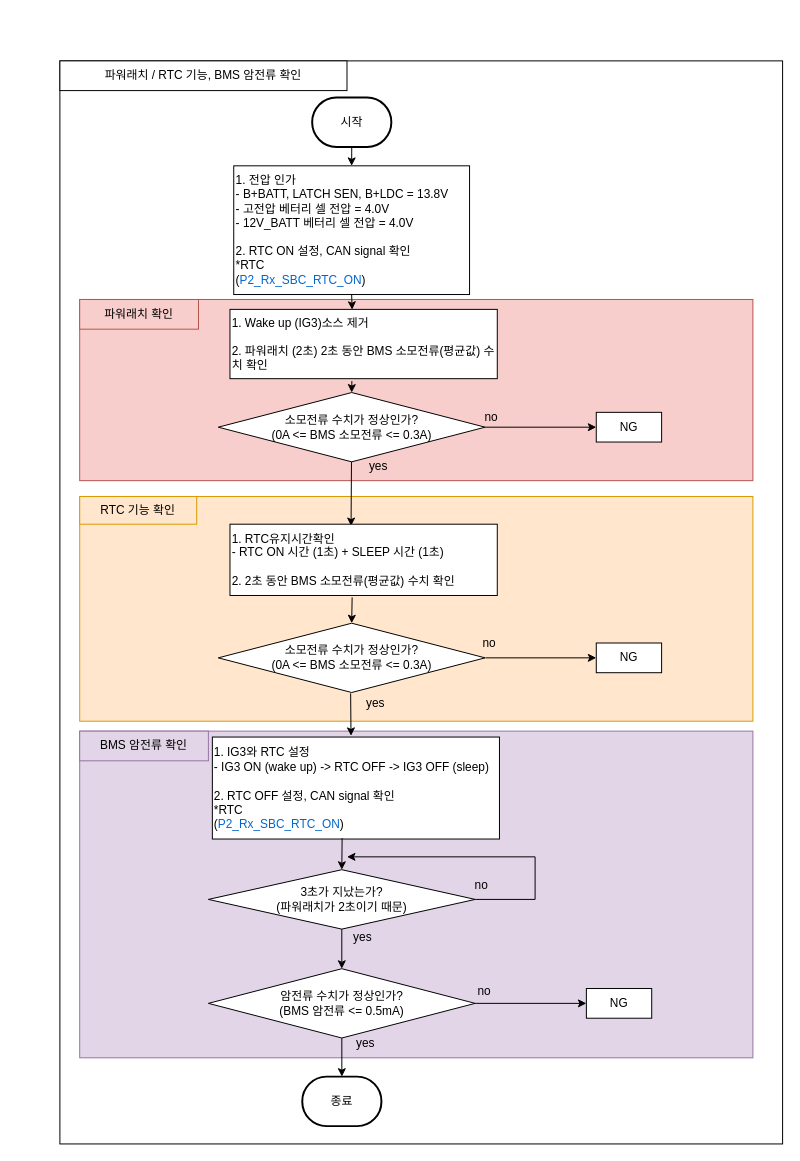
Above: 파워래치/rtc 기능 확인 bms 암전류 확인.drawio in chaeyoonl/state-transition-diagram-test (draw.io), before the change. Source tidied: cells renumbered, new cells numbered last; positions are measured from the earlier drawing's top-left corner, leaving out a move shared by most shapes. Both pictures are drawn from the tidied source at 99%, with x=0, y=0 at pixel (59, 60).
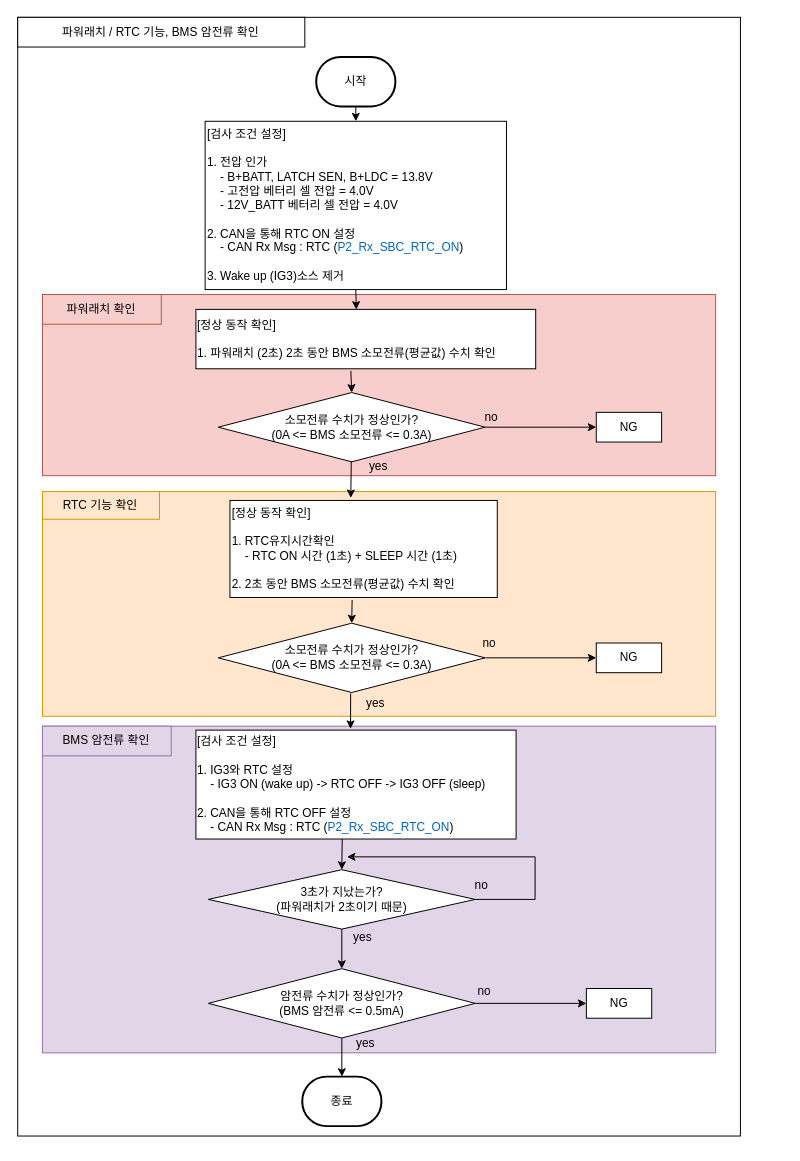
After the change.

Commit message:
rtc 기능 확인 bms 암전류 확인.drawio 업데이트

The change refers to these unchanged cells:
```xml
<mxCell id="19" value="소모전류 수치가 정상인가?&lt;br&gt;(0A &amp;lt;= BMS 소모전류 &amp;lt;= 0.3A)" style="rhombus;whiteSpace=wrap;html=1;" parent="1" vertex="1">
  <mxGeometry x="160" y="335" width="269.5" height="70" as="geometry" />
</mxCell>
<mxCell id="38" value="3초가 지났는가?&lt;br&gt;(파워래치가 2초이기 때문)" style="rhombus;whiteSpace=wrap;html=1;" parent="1" vertex="1">
  <mxGeometry x="150" y="817" width="269.5" height="60" as="geometry" />
</mxCell>
```

The edit, as a diff of the source:
```diff
@@
     <mxCell id="2" style="rounded=0;whiteSpace=wrap;html=1;" parent="1" vertex="1">
-      <mxGeometry x="51.8" y="104" width="608.2" height="600" as="geometry" />
+      <mxGeometry x="18.3" y="96" width="608.2" height="600" as="geometry" />
     </mxCell>
     <mxCell id="3" style="rounded=0;whiteSpace=wrap;html=1;" parent="1" vertex="1">
-      <mxGeometry width="730" height="1094" as="geometry" />
+      <mxGeometry x="-42.6" y="-44" width="730" height="1130" as="geometry" />
     </mxCell>
     <mxCell id="4" value="파워래치 / RTC 기능, BMS 암전류 확인" style="rounded=0;whiteSpace=wrap;html=1;" parent="1" vertex="1">
-      <mxGeometry width="290" height="30" as="geometry" />
+      <mxGeometry x="-42.6" y="-44" width="290" height="30" as="geometry" />
     </mxCell>
     <mxCell id="5" style="rounded=0;whiteSpace=wrap;html=1;fillColor=#f8cecc;strokeColor=#b85450;" parent="1" vertex="1">
-      <mxGeometry x="20" y="241" width="680" height="183" as="geometry" />
+      <mxGeometry x="-17.6" y="236" width="680" height="183" as="geometry" />
     </mxCell>
     <mxCell id="6" value="시작" style="strokeWidth=2;html=1;shape=mxgraph.flowchart.terminator;whiteSpace=wrap;" parent="1" vertex="1">
-      <mxGeometry x="254.8" y="37" width="80" height="50" as="geometry" />
+      <mxGeometry x="258.9" y="-4" width="80" height="50" as="geometry" />
     </mxCell>
-    <mxCell id="7" value="1. 전압 인가&lt;br&gt;- B+BATT, LATCH SEN, B+LDC = 13.8V&lt;br&gt;- 고전압 베터리 셀 전압 = 4.0V&lt;br&gt;- 12V_BATT 베터리 셀 전압&amp;nbsp;= 4.0V&lt;br&gt;&lt;br&gt;2. RTC ON 설정, CAN signal 확인&lt;br&gt;*RTC&lt;br&gt;(&lt;font color=&quot;#0066cc&quot;&gt;P2_Rx_SBC_RTC_ON&lt;/font&gt;)" style="rounded=0;whiteSpace=wrap;html=1;align=left;" parent="1" vertex="1">
-      <mxGeometry x="175.6" y="106" width="238.2" height="130" as="geometry" />
+    <mxCell id="7" value="[검사 조건 설정]&lt;br&gt;&lt;br&gt;1. 전압 인가&lt;br&gt;&amp;nbsp; &amp;nbsp; - B+BATT, LATCH SEN, B+LDC = 13.8V&lt;br&gt;&amp;nbsp; &amp;nbsp; - 고전압 베터리 셀 전압 = 4.0V&lt;br&gt;&amp;nbsp; &amp;nbsp; - 12V_BATT 베터리 셀 전압&amp;nbsp;= 4.0V&lt;br&gt;&lt;br&gt;2. CAN을 통해 RTC ON 설정&lt;br&gt;&amp;nbsp; &amp;nbsp; - CAN Rx Msg : RTC&amp;nbsp;(&lt;font style=&quot;border-color: var(--border-color);&quot; color=&quot;#0066cc&quot;&gt;P2_Rx_SBC_RTC_ON&lt;/font&gt;)&lt;br&gt;&lt;br&gt;3. Wake up (IG3)소스 제거" style="rounded=0;whiteSpace=wrap;html=1;align=left;" parent="1" vertex="1">
+      <mxGeometry x="146.7" y="61" width="304.4" height="170" as="geometry" />
     </mxCell>
@@
-    <mxCell id="10" value="1. Wake up (IG3)소스 제거&lt;br&gt;&lt;br&gt;2. 파워래치 (2초)&amp;nbsp;2초 동안 BMS 소모전류(평균값) 수치 확인" style="rounded=0;whiteSpace=wrap;html=1;align=left;" parent="1" vertex="1">
-      <mxGeometry x="171.8" y="251" width="270" height="70" as="geometry" />
+    <mxCell id="10" value="[정상 동작 확인]&lt;br&gt;&lt;br&gt;1. 파워래치 (2초)&amp;nbsp;2초 동안 BMS 소모전류(평균값) 수치 확인" style="rounded=0;whiteSpace=wrap;html=1;align=left;" parent="1" vertex="1">
+      <mxGeometry x="137.4" y="251" width="343.2" height="60" as="geometry" />
     </mxCell>
-    <mxCell id="11" style="endArrow=classic;html=1;rounded=0;exitX=0.5;exitY=1;exitDx=0;exitDy=0;entryX=0.457;entryY=0.005;entryDx=0;entryDy=0;entryPerimeter=0;" parent="1" edge="1" source="7" target="10">
-      <mxGeometry relative="1" as="geometry" />
-    </mxCell>
     <mxCell id="12" value="&lt;span style=&quot;color: rgb(0, 0, 0); font-family: Helvetica; font-size: 12px; font-style: normal; font-variant-ligatures: normal; font-variant-caps: normal; font-weight: 400; letter-spacing: normal; orphans: 2; text-align: center; text-indent: 0px; text-transform: none; widows: 2; word-spacing: 0px; -webkit-text-stroke-width: 0px; text-decoration-thickness: initial; text-decoration-style: initial; text-decoration-color: initial; float: none; display: inline !important;&quot;&gt;파워래치 확인&lt;br&gt;&lt;/span&gt;" style="rounded=0;whiteSpace=wrap;html=1;fillColor=#f8cecc;strokeColor=#b85450;fillStyle=solid;labelBackgroundColor=none;" parent="1" vertex="1">
-      <mxGeometry x="20" y="241" width="120" height="30" as="geometry" />
+      <mxGeometry x="-17.6" y="236" width="120" height="30" as="geometry" />
     </mxCell>
     <mxCell id="13" style="rounded=0;whiteSpace=wrap;html=1;fillColor=#ffe6cc;strokeColor=#d79b00;" parent="1" vertex="1">
-      <mxGeometry x="20" y="440" width="680" height="227" as="geometry" />
+      <mxGeometry x="-17.6" y="435" width="680" height="227" as="geometry" />
     </mxCell>
@@
-    <mxCell id="20" style="endArrow=classic;html=1;rounded=0;entryX=0.453;entryY=0.025;entryDx=0;entryDy=0;entryPerimeter=0;" parent="1" edge="1" source="19" target="25">
+    <mxCell id="20" style="endArrow=classic;html=1;rounded=0;entryX=0.452;entryY=-0.026;entryDx=0;entryDy=0;entryPerimeter=0;" parent="1" edge="1" source="19" target="25">
       <mxGeometry relative="1" as="geometry" />
     </mxCell>
@@
-    <mxCell id="25" value="1. RTC유지시간확인&lt;br&gt;- RTC ON 시간 (1초) + SLEEP 시간 (1초)&lt;br&gt;&lt;br&gt;2. 2초 동안 BMS 소모전류(평균값) 수치 확인" style="rounded=0;whiteSpace=wrap;html=1;align=left;" parent="1" vertex="1">
-      <mxGeometry x="171.8" y="468" width="270" height="72" as="geometry" />
+    <mxCell id="25" value="[정상 동작 확인]&lt;br&gt;&lt;br&gt;1. RTC유지시간확인&lt;br&gt;&amp;nbsp; &amp;nbsp; - RTC ON 시간 (1초) + SLEEP 시간 (1초)&lt;br&gt;&lt;br&gt;2. 2초 동안 BMS 소모전류(평균값) 수치 확인" style="rounded=0;whiteSpace=wrap;html=1;align=left;" parent="1" vertex="1">
+      <mxGeometry x="171.8" y="444" width="270" height="98" as="geometry" />
     </mxCell>
     <mxCell id="26" value="&lt;span style=&quot;color: rgb(0, 0, 0); font-family: Helvetica; font-size: 12px; font-style: normal; font-variant-ligatures: normal; font-variant-caps: normal; font-weight: 400; letter-spacing: normal; orphans: 2; text-align: center; text-indent: 0px; text-transform: none; widows: 2; word-spacing: 0px; -webkit-text-stroke-width: 0px; text-decoration-thickness: initial; text-decoration-style: initial; text-decoration-color: initial; float: none; display: inline !important;&quot;&gt;RTC 기능 확인&lt;br&gt;&lt;/span&gt;" style="rounded=0;whiteSpace=wrap;html=1;fillColor=#ffe6cc;strokeColor=#d79b00;labelBackgroundColor=none;" parent="1" vertex="1">
-      <mxGeometry x="20" y="440" width="118.2" height="28" as="geometry" />
+      <mxGeometry x="-17.6" y="435" width="118.2" height="28" as="geometry" />
     </mxCell>
     <mxCell id="27" style="rounded=0;whiteSpace=wrap;html=1;fillColor=#e1d5e7;strokeColor=#9673a6;" parent="1" vertex="1">
-      <mxGeometry x="20" y="677" width="680" height="330" as="geometry" />
+      <mxGeometry x="-17.6" y="672" width="680" height="330" as="geometry" />
     </mxCell>
@@
-    <mxCell id="31" value="1. IG3와 RTC 설정&lt;br&gt;- IG3 ON (wake up) -&amp;gt; RTC OFF -&amp;gt;&amp;nbsp;IG3 OFF (sleep)&lt;br&gt;&lt;br&gt;2. RTC OFF 설정, CAN signal 확인&lt;br&gt;*RTC&lt;br style=&quot;border-color: var(--border-color);&quot;&gt;(&lt;font style=&quot;border-color: var(--border-color);&quot; color=&quot;#0066cc&quot;&gt;P2_Rx_SBC_RTC_ON&lt;/font&gt;)" style="rounded=0;whiteSpace=wrap;html=1;align=left;" parent="1" vertex="1">
-      <mxGeometry x="154" y="683" width="290" height="103" as="geometry" />
+    <mxCell id="31" value="[검사 조건 설정]&lt;br&gt;&lt;br&gt;1. IG3와 RTC 설정&lt;br&gt;&amp;nbsp; &amp;nbsp; - IG3 ON (wake up) -&amp;gt; RTC OFF -&amp;gt;&amp;nbsp;IG3 OFF (sleep)&lt;br&gt;&lt;br&gt;2. CAN을 통해 RTC OFF 설정&lt;br&gt;&amp;nbsp; &amp;nbsp; - CAN Rx Msg : RTC&amp;nbsp;(&lt;font style=&quot;border-color: var(--border-color);&quot; color=&quot;#0066cc&quot;&gt;P2_Rx_SBC_RTC_ON&lt;/font&gt;)" style="rounded=0;whiteSpace=wrap;html=1;align=left;" parent="1" vertex="1">
+      <mxGeometry x="137.4" y="676" width="323.4" height="110" as="geometry" />
     </mxCell>
@@
-    <mxCell id="39" style="endArrow=classic;html=1;rounded=0;exitX=0.452;exitY=0.991;exitDx=0;exitDy=0;entryX=0.5;entryY=0;entryDx=0;entryDy=0;exitPerimeter=0;" parent="1" edge="1" source="31" target="38">
+    <mxCell id="39" style="endArrow=classic;html=1;rounded=0;exitX=0.457;exitY=0.999;exitDx=0;exitDy=0;entryX=0.5;entryY=0;entryDx=0;entryDy=0;exitPerimeter=0;" parent="1" edge="1" source="31" target="38">
       <mxGeometry relative="1" as="geometry" />
     </mxCell>
@@
     <mxCell id="43" value="&lt;span style=&quot;color: rgb(0, 0, 0); font-family: Helvetica; font-size: 12px; font-style: normal; font-variant-ligatures: normal; font-variant-caps: normal; font-weight: 400; letter-spacing: normal; orphans: 2; text-align: center; text-indent: 0px; text-transform: none; widows: 2; word-spacing: 0px; -webkit-text-stroke-width: 0px; text-decoration-thickness: initial; text-decoration-style: initial; text-decoration-color: initial; float: none; display: inline !important;&quot;&gt;BMS 암전류 확인&lt;br&gt;&lt;/span&gt;" style="rounded=0;whiteSpace=wrap;html=1;fillColor=#e1d5e7;strokeColor=#9673a6;labelBackgroundColor=none;" parent="1" vertex="1">
-      <mxGeometry x="20" y="677" width="130" height="30" as="geometry" />
+      <mxGeometry x="-17.6" y="672" width="130" height="30" as="geometry" />
     </mxCell>
@@
+    <mxCell id="11" style="endArrow=classic;html=1;rounded=0;exitX=0.5;exitY=1;exitDx=0;exitDy=0;entryX=0.472;entryY=0.003;entryDx=0;entryDy=0;entryPerimeter=0;" parent="1" edge="1" source="7" target="10">
+      <mxGeometry relative="1" as="geometry" />
+    </mxCell>
```
